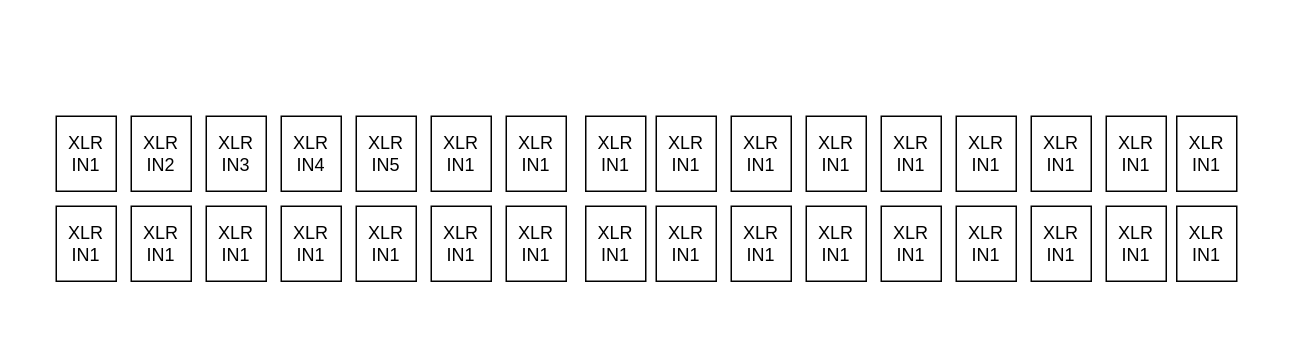
The draw.io diagram Diagram zonder titel.drawio in Marsipulami/DrawIO, before the edit. Source tidied: cells renumbered, new cells numbered last; positions are measured from the earlier drawing's top-left corner, leaving out a move shared by most shapes. Both pictures are drawn from the tidied source at 150%, with x=0, y=0 at pixel (56, 116).
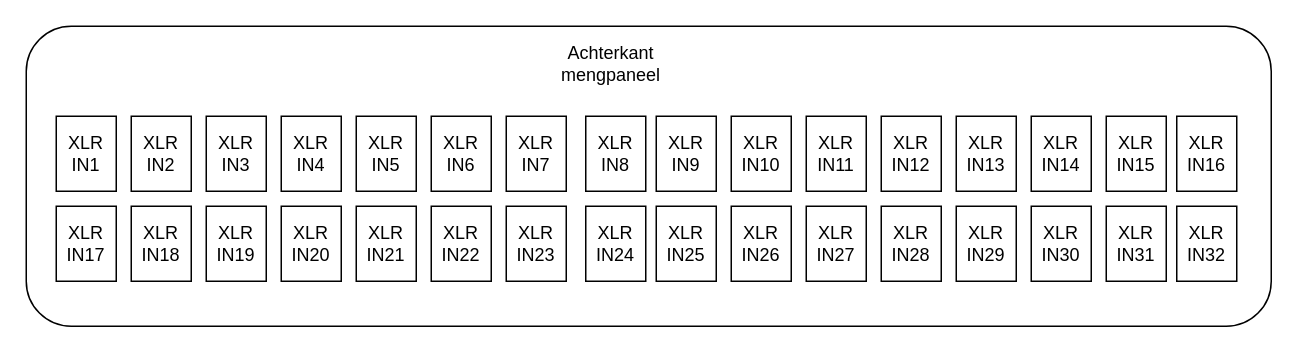
Above is the later version.

Commit message:
Input channels done

Change to the diagram source:
```diff
@@
+    <mxCell id="34" style="rounded=1;whiteSpace=wrap;html=1;" parent="1" vertex="1">
+      <mxGeometry x="-20" y="-60" width="830" height="200" as="geometry" />
+    </mxCell>
@@
-    <mxCell id="7" value="XLR IN1" style="rounded=0;whiteSpace=wrap;html=1;" parent="1" vertex="1">
+    <mxCell id="7" value="XLR IN6" style="rounded=0;whiteSpace=wrap;html=1;" parent="1" vertex="1">
       <mxGeometry x="250" width="40" height="50" as="geometry" />
     </mxCell>
-    <mxCell id="8" value="XLR IN1" style="rounded=0;whiteSpace=wrap;html=1;" parent="1" vertex="1">
+    <mxCell id="8" value="XLR IN7" style="rounded=0;whiteSpace=wrap;html=1;" parent="1" vertex="1">
       <mxGeometry x="300" width="40" height="50" as="geometry" />
     </mxCell>
-    <mxCell id="9" value="XLR IN1" style="rounded=0;whiteSpace=wrap;html=1;" parent="1" vertex="1">
+    <mxCell id="9" value="XLR IN8" style="rounded=0;whiteSpace=wrap;html=1;" parent="1" vertex="1">
       <mxGeometry x="353" width="40" height="50" as="geometry" />
     </mxCell>
-    <mxCell id="10" value="XLR IN1" style="rounded=0;whiteSpace=wrap;html=1;" parent="1" vertex="1">
+    <mxCell id="10" value="XLR IN9" style="rounded=0;whiteSpace=wrap;html=1;" parent="1" vertex="1">
       <mxGeometry x="400" width="40" height="50" as="geometry" />
     </mxCell>
-    <mxCell id="11" value="XLR IN1" style="rounded=0;whiteSpace=wrap;html=1;" parent="1" vertex="1">
+    <mxCell id="11" value="XLR IN11" style="rounded=0;whiteSpace=wrap;html=1;" parent="1" vertex="1">
       <mxGeometry x="500" width="40" height="50" as="geometry" />
     </mxCell>
-    <mxCell id="12" value="XLR IN1" style="rounded=0;whiteSpace=wrap;html=1;" parent="1" vertex="1">
+    <mxCell id="12" value="XLR IN10" style="rounded=0;whiteSpace=wrap;html=1;" parent="1" vertex="1">
       <mxGeometry x="450" width="40" height="50" as="geometry" />
     </mxCell>
-    <mxCell id="13" value="XLR IN1" style="rounded=0;whiteSpace=wrap;html=1;" parent="1" vertex="1">
+    <mxCell id="13" value="XLR IN12" style="rounded=0;whiteSpace=wrap;html=1;" parent="1" vertex="1">
       <mxGeometry x="550" width="40" height="50" as="geometry" />
     </mxCell>
-    <mxCell id="14" value="XLR IN1" style="rounded=0;whiteSpace=wrap;html=1;" parent="1" vertex="1">
+    <mxCell id="14" value="XLR IN13" style="rounded=0;whiteSpace=wrap;html=1;" parent="1" vertex="1">
       <mxGeometry x="600" width="40" height="50" as="geometry" />
     </mxCell>
-    <mxCell id="15" value="XLR IN1" style="rounded=0;whiteSpace=wrap;html=1;" parent="1" vertex="1">
+    <mxCell id="15" value="XLR IN14" style="rounded=0;whiteSpace=wrap;html=1;" parent="1" vertex="1">
       <mxGeometry x="650" width="40" height="50" as="geometry" />
     </mxCell>
-    <mxCell id="16" value="XLR IN1" style="rounded=0;whiteSpace=wrap;html=1;" parent="1" vertex="1">
+    <mxCell id="16" value="XLR IN15" style="rounded=0;whiteSpace=wrap;html=1;" parent="1" vertex="1">
       <mxGeometry x="700" width="40" height="50" as="geometry" />
     </mxCell>
-    <mxCell id="17" value="XLR IN1" style="rounded=0;whiteSpace=wrap;html=1;" parent="1" vertex="1">
+    <mxCell id="17" value="XLR IN16" style="rounded=0;whiteSpace=wrap;html=1;" parent="1" vertex="1">
       <mxGeometry x="747" width="40" height="50" as="geometry" />
     </mxCell>
-    <mxCell id="18" value="XLR IN1" style="rounded=0;whiteSpace=wrap;html=1;" parent="1" vertex="1">
+    <mxCell id="18" value="XLR IN17" style="rounded=0;whiteSpace=wrap;html=1;" parent="1" vertex="1">
       <mxGeometry y="60" width="40" height="50" as="geometry" />
     </mxCell>
-    <mxCell id="19" value="XLR IN1" style="rounded=0;whiteSpace=wrap;html=1;" parent="1" vertex="1">
+    <mxCell id="19" value="XLR IN18" style="rounded=0;whiteSpace=wrap;html=1;" parent="1" vertex="1">
       <mxGeometry x="50" y="60" width="40" height="50" as="geometry" />
     </mxCell>
-    <mxCell id="20" value="XLR IN1" style="rounded=0;whiteSpace=wrap;html=1;" parent="1" vertex="1">
+    <mxCell id="20" value="XLR IN19" style="rounded=0;whiteSpace=wrap;html=1;" parent="1" vertex="1">
       <mxGeometry x="100" y="60" width="40" height="50" as="geometry" />
     </mxCell>
-    <mxCell id="21" value="XLR IN1" style="rounded=0;whiteSpace=wrap;html=1;" parent="1" vertex="1">
+    <mxCell id="21" value="XLR IN20" style="rounded=0;whiteSpace=wrap;html=1;" parent="1" vertex="1">
       <mxGeometry x="150" y="60" width="40" height="50" as="geometry" />
     </mxCell>
-    <mxCell id="22" value="XLR IN1" style="rounded=0;whiteSpace=wrap;html=1;" parent="1" vertex="1">
+    <mxCell id="22" value="XLR IN21" style="rounded=0;whiteSpace=wrap;html=1;" parent="1" vertex="1">
       <mxGeometry x="200" y="60" width="40" height="50" as="geometry" />
     </mxCell>
-    <mxCell id="23" value="XLR IN1" style="rounded=0;whiteSpace=wrap;html=1;" parent="1" vertex="1">
+    <mxCell id="23" value="XLR IN22" style="rounded=0;whiteSpace=wrap;html=1;" parent="1" vertex="1">
       <mxGeometry x="250" y="60" width="40" height="50" as="geometry" />
     </mxCell>
-    <mxCell id="24" value="XLR IN1" style="rounded=0;whiteSpace=wrap;html=1;" parent="1" vertex="1">
+    <mxCell id="24" value="XLR IN23" style="rounded=0;whiteSpace=wrap;html=1;" parent="1" vertex="1">
       <mxGeometry x="300" y="60" width="40" height="50" as="geometry" />
     </mxCell>
-    <mxCell id="25" value="XLR IN1" style="rounded=0;whiteSpace=wrap;html=1;" parent="1" vertex="1">
+    <mxCell id="25" value="XLR IN24" style="rounded=0;whiteSpace=wrap;html=1;" parent="1" vertex="1">
       <mxGeometry x="353" y="60" width="40" height="50" as="geometry" />
     </mxCell>
-    <mxCell id="26" value="XLR IN1" style="rounded=0;whiteSpace=wrap;html=1;" parent="1" vertex="1">
+    <mxCell id="26" value="XLR IN25" style="rounded=0;whiteSpace=wrap;html=1;" parent="1" vertex="1">
       <mxGeometry x="400" y="60" width="40" height="50" as="geometry" />
     </mxCell>
-    <mxCell id="27" value="XLR IN1" style="rounded=0;whiteSpace=wrap;html=1;" parent="1" vertex="1">
+    <mxCell id="27" value="XLR IN27" style="rounded=0;whiteSpace=wrap;html=1;" parent="1" vertex="1">
       <mxGeometry x="500" y="60" width="40" height="50" as="geometry" />
     </mxCell>
-    <mxCell id="28" value="XLR IN1" style="rounded=0;whiteSpace=wrap;html=1;" parent="1" vertex="1">
+    <mxCell id="28" value="XLR IN26" style="rounded=0;whiteSpace=wrap;html=1;" parent="1" vertex="1">
       <mxGeometry x="450" y="60" width="40" height="50" as="geometry" />
     </mxCell>
-    <mxCell id="29" value="XLR IN1" style="rounded=0;whiteSpace=wrap;html=1;" parent="1" vertex="1">
+    <mxCell id="29" value="XLR IN28" style="rounded=0;whiteSpace=wrap;html=1;" parent="1" vertex="1">
       <mxGeometry x="550" y="60" width="40" height="50" as="geometry" />
     </mxCell>
-    <mxCell id="30" value="XLR IN1" style="rounded=0;whiteSpace=wrap;html=1;" parent="1" vertex="1">
+    <mxCell id="30" value="XLR IN29" style="rounded=0;whiteSpace=wrap;html=1;" parent="1" vertex="1">
       <mxGeometry x="600" y="60" width="40" height="50" as="geometry" />
     </mxCell>
-    <mxCell id="31" value="XLR IN1" style="rounded=0;whiteSpace=wrap;html=1;" parent="1" vertex="1">
+    <mxCell id="31" value="XLR IN30" style="rounded=0;whiteSpace=wrap;html=1;" parent="1" vertex="1">
       <mxGeometry x="650" y="60" width="40" height="50" as="geometry" />
     </mxCell>
-    <mxCell id="32" value="XLR IN1" style="rounded=0;whiteSpace=wrap;html=1;" parent="1" vertex="1">
+    <mxCell id="32" value="XLR IN31" style="rounded=0;whiteSpace=wrap;html=1;" parent="1" vertex="1">
       <mxGeometry x="700" y="60" width="40" height="50" as="geometry" />
     </mxCell>
-    <mxCell id="33" value="XLR IN1" style="rounded=0;whiteSpace=wrap;html=1;" parent="1" vertex="1">
+    <mxCell id="33" value="XLR IN32" style="rounded=0;whiteSpace=wrap;html=1;" parent="1" vertex="1">
       <mxGeometry x="747" y="60" width="40" height="50" as="geometry" />
     </mxCell>
+    <mxCell id="35" value="Achterkant mengpaneel" style="text;html=1;strokeColor=none;fillColor=none;align=center;verticalAlign=middle;whiteSpace=wrap;rounded=0;" parent="1" vertex="1">
+      <mxGeometry x="340" y="-50" width="60" height="30" as="geometry" />
+    </mxCell>
```
